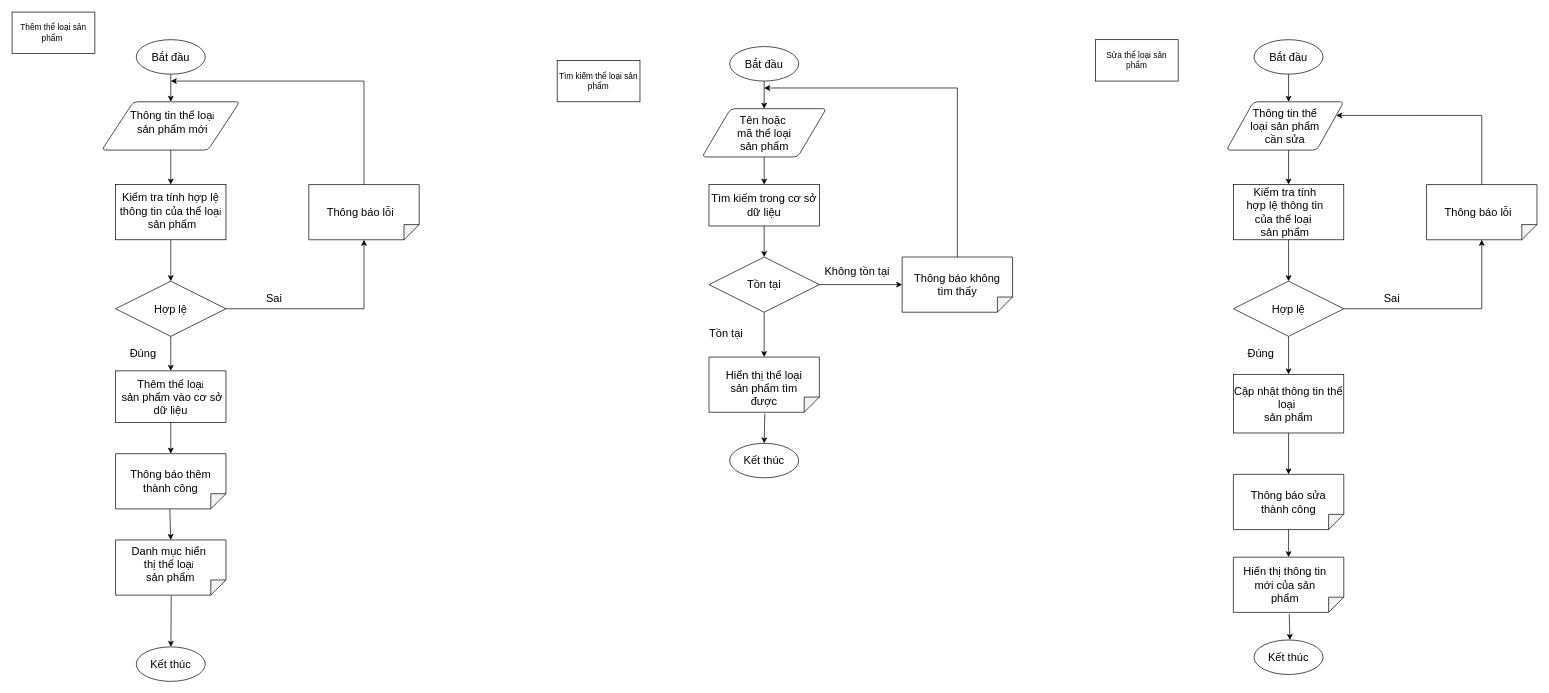
hungtadasuke/CoffeShop_SoftwareTechnology keeps this draw.io diagram as BRD & PRD/PRD/Drawio/Workflow_QL thể loại sản phẩm.drawio. Above is the earlier version. Source tidied: cells renumbered, new cells numbered last; positions are measured from the earlier drawing's top-left corner, leaving out a move shared by most shapes. Both pictures are drawn from the tidied source at 69%, with x=0, y=0 at pixel (12, 12).
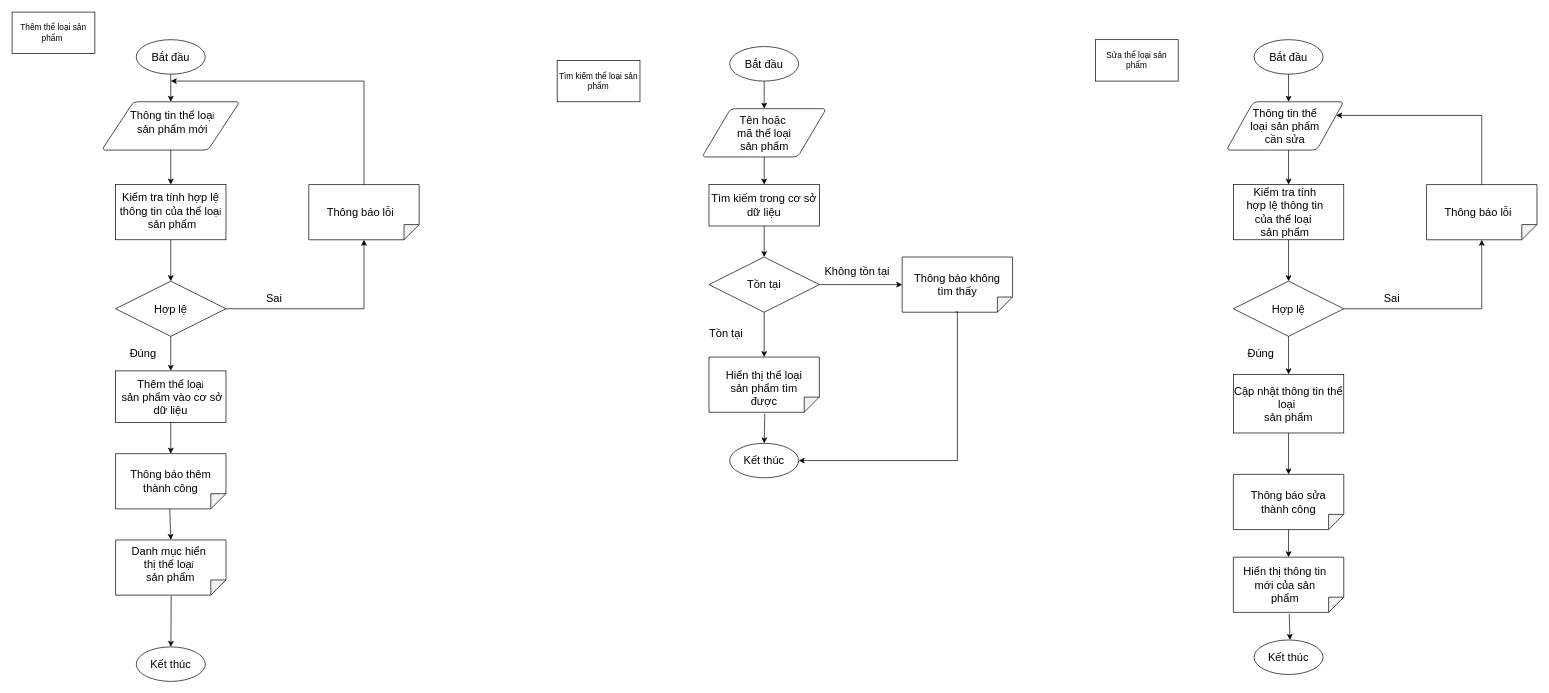
After the change.

Unchanged cells that the change refers to:
```xml
<mxCell id="45" value="&lt;span&gt;Kết thúc&lt;/span&gt;" style="strokeWidth=1;html=1;shape=mxgraph.flowchart.start_1;whiteSpace=wrap;fontStyle=0;fontSize=16;" parent="1" vertex="1">
  <mxGeometry x="1040" y="625" width="100" height="50" as="geometry" />
</mxCell>
<mxCell id="46" style="shape=note;whiteSpace=wrap;html=1;backgroundOutline=1;darkOpacity=0.05;fontSize=16;strokeWidth=1;rotation=90;size=22;" parent="1" vertex="1">
  <mxGeometry x="1330" y="315" width="80" height="160" as="geometry" />
</mxCell>
```

The edit, as a diff of the source:
```diff
@@
-    <mxCell id="48" style="edgeStyle=segmentEdgeStyle;endArrow=classic;html=1;rounded=0;exitX=0;exitY=0.5;exitDx=0;exitDy=0;exitPerimeter=0;" parent="1" edge="1" source="46">
+    <mxCell id="48" style="edgeStyle=segmentEdgeStyle;endArrow=classic;html=1;rounded=0;entryX=1;entryY=0.5;entryDx=0;entryDy=0;entryPerimeter=0;exitX=0.992;exitY=0.515;exitDx=0;exitDy=0;exitPerimeter=0;" parent="1" edge="1" source="46" target="45">
       <mxGeometry relative="1" as="geometry">
-        <mxPoint x="1090" y="110" as="targetPoint" />
         <Array as="points">
-          <mxPoint x="1370" y="110" />
+          <mxPoint x="1370" y="434" />
+          <mxPoint x="1370" y="650" />
         </Array>
       </mxGeometry>
     </mxCell>
```
